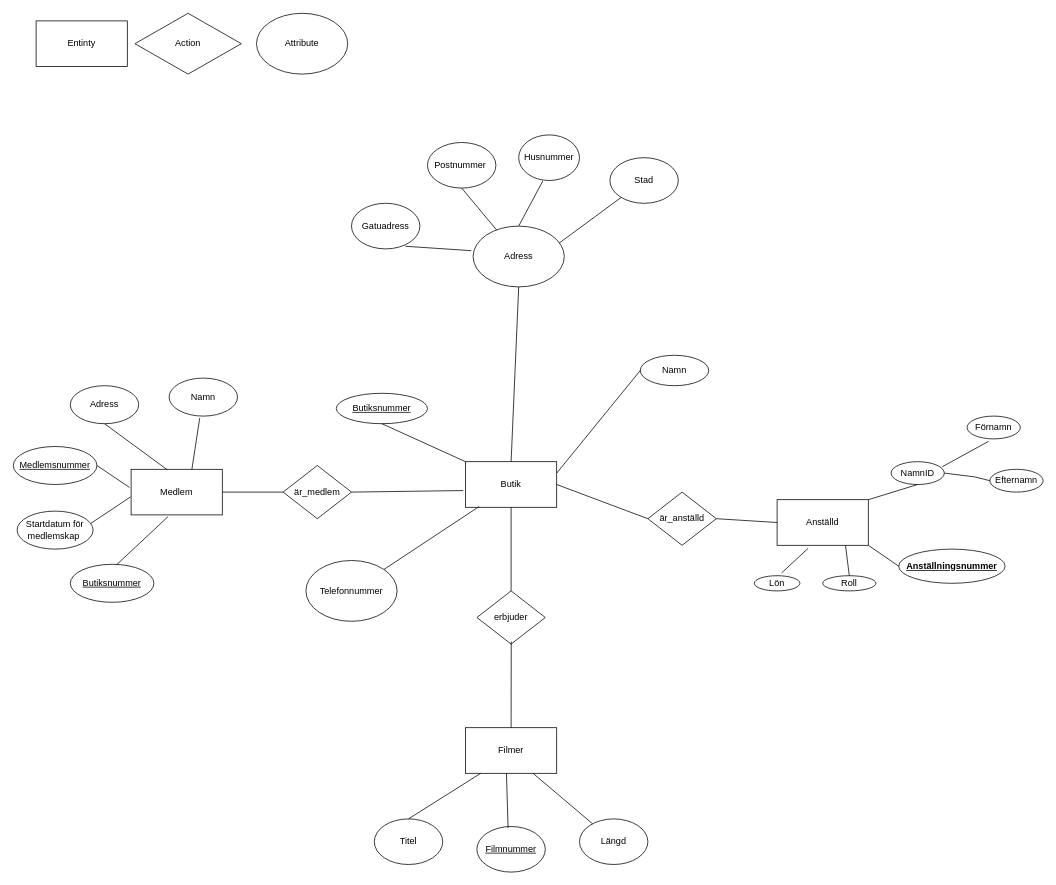
Earlier version of the draw.io diagram labb1.drawio (mariankz/datateknik_databas). Source tidied: cells renumbered, new cells numbered last; positions are measured from the earlier drawing's top-left corner, leaving out a move shared by most shapes. Both pictures are drawn from the tidied source at 76%, with x=0, y=0 at pixel (13, 13).
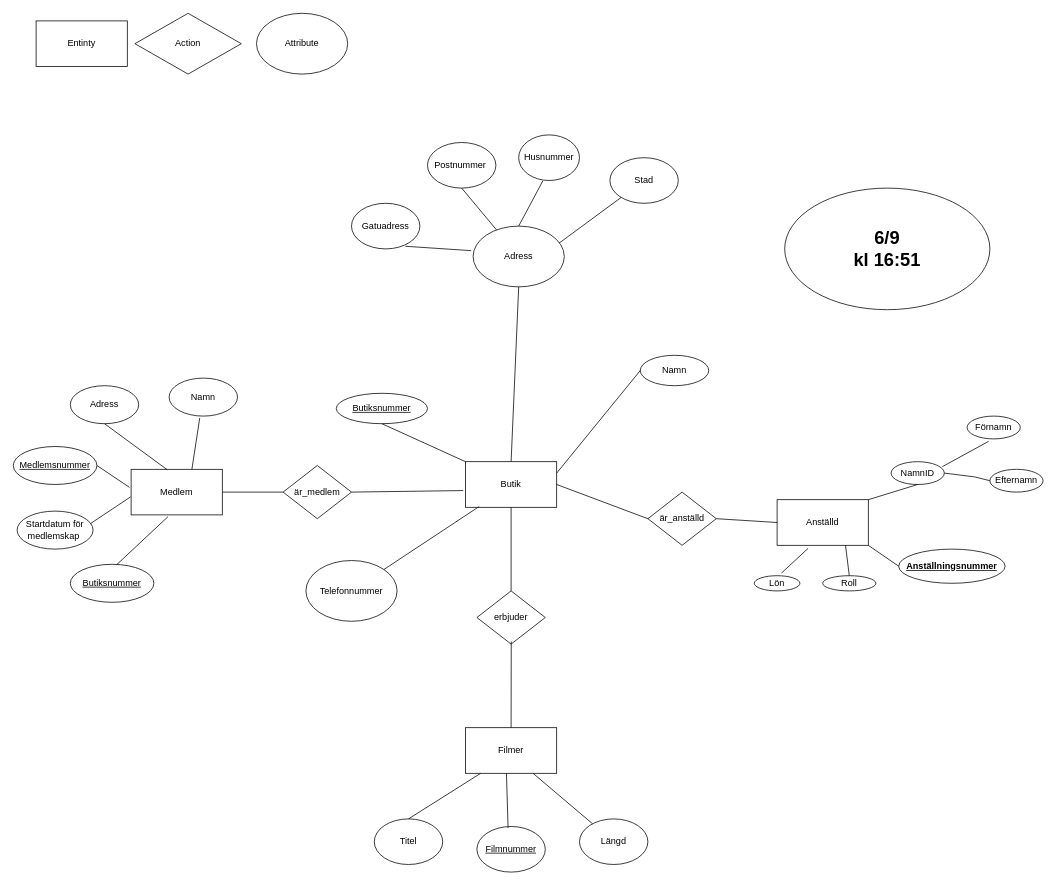
After the change.

What changed in the source:
```diff
@@
+    <mxCell id="63" value="&lt;h1&gt;6/9&lt;br&gt;kl 16:51&lt;/h1&gt;" style="ellipse;whiteSpace=wrap;html=1;" parent="1" vertex="1">
+      <mxGeometry x="1015" y="230" width="270" height="160" as="geometry" />
+    </mxCell>
```
